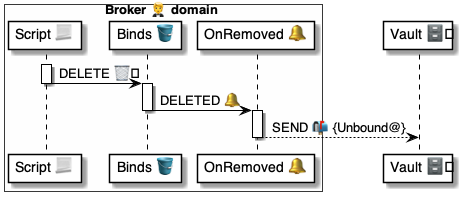
This is 4 ⚙️ Solution/20 🧑‍🦰 UI/Brokers 🤵/🤵🪣 Broker tables/Binds 🔗 table/🪣🔔 on Removed/🤵 OnBindRemoved ⚙️ uml.png from pollyweb-org/pollyweb-docs, a PlantUML export, as it was before one commit. Its source is kept beside it as 4 ⚙️ Solution/20 🧑‍🦰 UI/Brokers 🤵/🤵🪣 Broker tables/Binds 🔗 table/🪣🔔 on Removed/🤵 OnBindRemoved ⚙️ uml.puml.
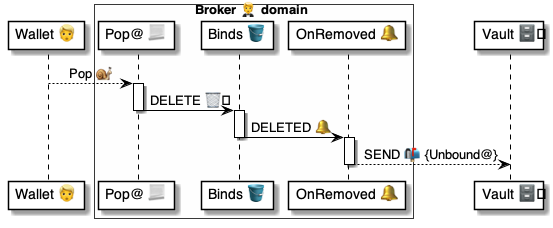
After the change.

Diff of the diagram source:
```diff
@@ -1,13 +1,16 @@
 @startuml OnBindRemoved
 
+participant "Wallet 👱" as wallet
 
 box Broker 🤵 domain #FFFFFA
-    participant "Script 📃" as script
+    participant "Pop@ 📃" as script
     participant "Binds 🪣" as binds
     participant "OnRemoved 🔔" as handler
 end box
 
 participant "Vault 🗄️" as vault
+
+wallet --> script: Pop 🐌
 
 activate script
     script -> binds: DELETE 🗑️
```
